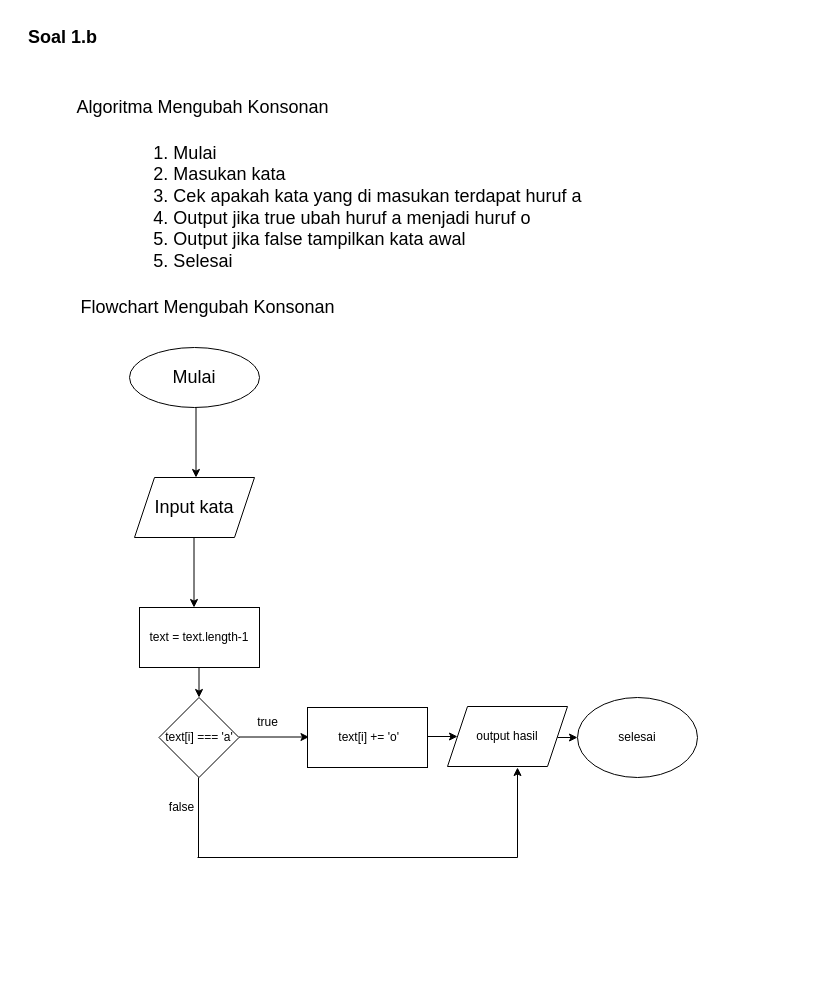
Above: page "Halaman-2" (2 of 2) of Soal 1.drawio in boykebn/fw-12-javascript1 (draw.io), before the change. Source tidied: cells renumbered, new cells numbered last; positions are measured from the earlier drawing's top-left corner, leaving out a move shared by most shapes. Both pictures are drawn from the tidied source at 100%, with x=0, y=0 at pixel (17, 17).
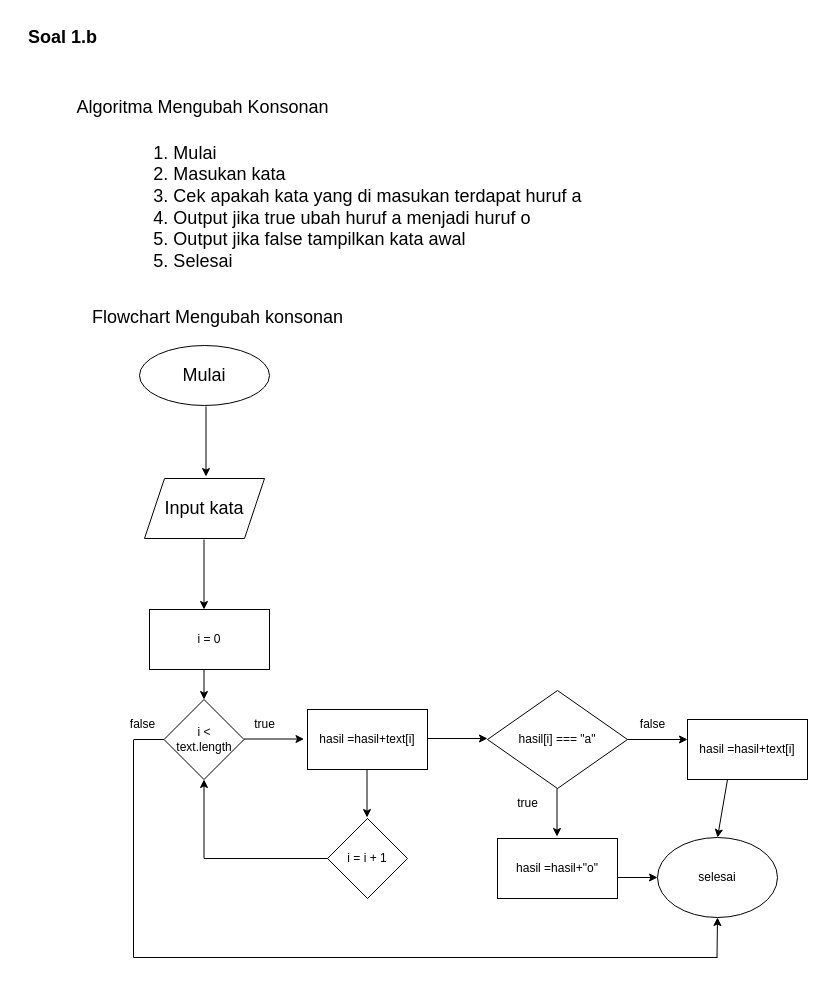
Above is the later version.

Change to the diagram source:
```diff
@@
+    <mxCell id="6" value="&lt;div style=&quot;text-align: left;&quot;&gt;&lt;span style=&quot;background-color: initial;&quot;&gt;1. Mulai&lt;/span&gt;&lt;/div&gt;&lt;div style=&quot;text-align: left;&quot;&gt;&lt;span style=&quot;background-color: initial;&quot;&gt;2. Masukan kata&lt;/span&gt;&lt;/div&gt;&lt;div style=&quot;text-align: left;&quot;&gt;&lt;span style=&quot;background-color: initial;&quot;&gt;3. Cek apakah kata yang di masukan terdapat huruf a&lt;/span&gt;&lt;/div&gt;&lt;div style=&quot;text-align: left;&quot;&gt;&lt;span style=&quot;background-color: initial;&quot;&gt;4. Output jika true ubah huruf a menjadi huruf o&lt;/span&gt;&lt;/div&gt;&lt;div style=&quot;text-align: left;&quot;&gt;&lt;span style=&quot;background-color: initial;&quot;&gt;5. Output jika false tampilkan kata awal&lt;/span&gt;&lt;/div&gt;&lt;div style=&quot;text-align: left;&quot;&gt;&lt;span style=&quot;background-color: initial;&quot;&gt;5. Selesai&lt;/span&gt;&lt;/div&gt;" style="text;html=1;align=center;verticalAlign=middle;strokeColor=none;fillColor=none;fontSize=18;" parent="1" vertex="1">
+      <mxGeometry x="125" y="120" width="450" height="140" as="geometry" />
+    </mxCell>
     <mxCell id="4" value="Mulai" style="ellipse;whiteSpace=wrap;html=1;fontSize=18;" parent="1" vertex="1">
-      <mxGeometry x="112" y="330" width="130" height="60" as="geometry" />
+      <mxGeometry x="122" y="328" width="130" height="60" as="geometry" />
     </mxCell>
-    <mxCell id="5" style="endArrow=classic;html=1;rounded=0;fontSize=18;" parent="1" edge="1">
-      <mxGeometry relative="1" as="geometry">
-        <mxPoint x="178.5" y="390" as="sourcePoint" />
-        <mxPoint x="178.5" y="460" as="targetPoint" />
-      </mxGeometry>
-    </mxCell>
-    <mxCell id="6" value="&lt;div style=&quot;text-align: left;&quot;&gt;&lt;span style=&quot;background-color: initial;&quot;&gt;1. Mulai&lt;/span&gt;&lt;/div&gt;&lt;div style=&quot;text-align: left;&quot;&gt;&lt;span style=&quot;background-color: initial;&quot;&gt;2. Masukan kata&lt;/span&gt;&lt;/div&gt;&lt;div style=&quot;text-align: left;&quot;&gt;&lt;span style=&quot;background-color: initial;&quot;&gt;3. Cek apakah kata yang di masukan terdapat huruf a&lt;/span&gt;&lt;/div&gt;&lt;div style=&quot;text-align: left;&quot;&gt;&lt;span style=&quot;background-color: initial;&quot;&gt;4. Output jika true ubah huruf a menjadi huruf o&lt;/span&gt;&lt;/div&gt;&lt;div style=&quot;text-align: left;&quot;&gt;&lt;span style=&quot;background-color: initial;&quot;&gt;5. Output jika false tampilkan kata awal&lt;/span&gt;&lt;/div&gt;&lt;div style=&quot;text-align: left;&quot;&gt;&lt;span style=&quot;background-color: initial;&quot;&gt;5. Selesai&lt;/span&gt;&lt;/div&gt;" style="text;html=1;align=center;verticalAlign=middle;strokeColor=none;fillColor=none;fontSize=18;" parent="1" vertex="1">
-      <mxGeometry x="125" y="120" width="450" height="140" as="geometry" />
-    </mxCell>
-    <mxCell id="7" value="&lt;font style=&quot;font-size: 18px;&quot;&gt;Flowchart Mengubah Konsonan&lt;/font&gt;" style="text;html=1;align=center;verticalAlign=middle;strokeColor=none;fillColor=none;fontSize=6;" parent="1" vertex="1">
-      <mxGeometry x="50" y="270" width="280" height="40" as="geometry" />
-    </mxCell>
+    <mxCell id="24" style="endArrow=classic;html=1;rounded=0;fontSize=18;" parent="1" edge="1">
+      <mxGeometry relative="1" as="geometry">
+        <mxPoint x="188.5" y="389" as="sourcePoint" />
+        <mxPoint x="188.5" y="459" as="targetPoint" />
+      </mxGeometry>
+    </mxCell>
+    <mxCell id="25" value="&lt;font style=&quot;font-size: 18px;&quot;&gt;Flowchart Mengubah konsonan&lt;/font&gt;" style="text;html=1;align=center;verticalAlign=middle;strokeColor=none;fillColor=none;fontSize=6;" parent="1" vertex="1">
+      <mxGeometry x="65" y="280" width="270" height="40" as="geometry" />
+    </mxCell>
     <mxCell id="8" value="Input kata" style="shape=parallelogram;perimeter=parallelogramPerimeter;whiteSpace=wrap;html=1;fixedSize=1;fontSize=18;" parent="1" vertex="1">
-      <mxGeometry x="117" y="460" width="120" height="60" as="geometry" />
+      <mxGeometry x="127" y="461" width="120" height="60" as="geometry" />
     </mxCell>
-    <mxCell id="9" style="endArrow=classic;html=1;rounded=0;" parent="1" edge="1">
-      <mxGeometry relative="1" as="geometry">
-        <mxPoint x="176.5" y="520" as="sourcePoint" />
-        <mxPoint x="176.5" y="590" as="targetPoint" />
-      </mxGeometry>
-    </mxCell>
-    <mxCell id="10" value="text = text.length-1" style="rounded=0;whiteSpace=wrap;html=1;" parent="1" vertex="1">
-      <mxGeometry x="122" y="590" width="120" height="60" as="geometry" />
-    </mxCell>
-    <mxCell id="11" style="endArrow=classic;html=1;rounded=0;" parent="1" edge="1" target="12">
-      <mxGeometry relative="1" as="geometry">
-        <mxPoint x="181.5" y="650" as="sourcePoint" />
-      </mxGeometry>
-    </mxCell>
-    <mxCell id="12" value="text[i] === 'a'" style="rhombus;whiteSpace=wrap;html=1;" parent="1" vertex="1">
-      <mxGeometry x="141.5" y="680" width="80" height="80" as="geometry" />
-    </mxCell>
-    <mxCell id="13" style="endArrow=classic;html=1;rounded=0;" parent="1" edge="1">
-      <mxGeometry relative="1" as="geometry">
-        <mxPoint x="221.5" y="719.5" as="sourcePoint" />
-        <mxPoint x="291.5" y="719.5" as="targetPoint" />
-      </mxGeometry>
-    </mxCell>
-    <mxCell id="14" value="true" style="text;html=1;align=center;verticalAlign=middle;strokeColor=none;fillColor=none;" parent="1" vertex="1">
-      <mxGeometry x="230" y="690" width="40" height="30" as="geometry" />
-    </mxCell>
-    <mxCell id="15" style="endArrow=classic;html=1;rounded=0;" parent="1" edge="1" target="17">
-      <mxGeometry relative="1" as="geometry">
-        <mxPoint x="410" y="719" as="sourcePoint" />
-      </mxGeometry>
-    </mxCell>
-    <mxCell id="16" value="&amp;nbsp;text[i] += 'o'" style="rounded=0;whiteSpace=wrap;html=1;" parent="1" vertex="1">
-      <mxGeometry x="290" y="690" width="120" height="60" as="geometry" />
-    </mxCell>
-    <mxCell id="17" value="output hasil" style="shape=parallelogram;perimeter=parallelogramPerimeter;whiteSpace=wrap;html=1;fixedSize=1;" parent="1" vertex="1">
-      <mxGeometry x="430" y="689" width="120" height="60" as="geometry" />
-    </mxCell>
-    <mxCell id="18" value="false" style="text;html=1;align=center;verticalAlign=middle;strokeColor=none;fillColor=none;" parent="1" vertex="1">
-      <mxGeometry x="139" y="775" width="50" height="30" as="geometry" />
-    </mxCell>
-    <mxCell id="19" style="endArrow=none;html=1;rounded=0;" parent="1" edge="1">
-      <mxGeometry relative="1" as="geometry">
-        <mxPoint x="181" y="760" as="sourcePoint" />
-        <mxPoint x="181" y="840" as="targetPoint" />
-      </mxGeometry>
-    </mxCell>
-    <mxCell id="20" style="endArrow=none;html=1;rounded=0;" parent="1" edge="1">
-      <mxGeometry relative="1" as="geometry">
-        <mxPoint x="180" y="840" as="sourcePoint" />
-        <mxPoint x="500" y="840" as="targetPoint" />
-      </mxGeometry>
-    </mxCell>
-    <mxCell id="21" style="endArrow=classic;html=1;rounded=0;" parent="1" edge="1">
-      <mxGeometry relative="1" as="geometry">
-        <mxPoint x="500" y="840" as="sourcePoint" />
-        <mxPoint x="500" y="750" as="targetPoint" />
-      </mxGeometry>
-    </mxCell>
-    <mxCell id="22" style="endArrow=classic;html=1;rounded=0;" parent="1" edge="1" target="23">
-      <mxGeometry relative="1" as="geometry">
-        <mxPoint x="540" y="720" as="sourcePoint" />
-      </mxGeometry>
-    </mxCell>
+    <mxCell id="26" style="endArrow=classic;html=1;rounded=0;" parent="1" edge="1">
+      <mxGeometry relative="1" as="geometry">
+        <mxPoint x="186.5" y="522" as="sourcePoint" />
+        <mxPoint x="186.5" y="592" as="targetPoint" />
+      </mxGeometry>
+    </mxCell>
+    <mxCell id="27" value="i = 0" style="rounded=0;whiteSpace=wrap;html=1;" parent="1" vertex="1">
+      <mxGeometry x="132" y="592" width="120" height="60" as="geometry" />
+    </mxCell>
+    <mxCell id="28" style="endArrow=classic;html=1;rounded=0;" parent="1" edge="1" target="29">
+      <mxGeometry relative="1" as="geometry">
+        <mxPoint x="186.5" y="652" as="sourcePoint" />
+      </mxGeometry>
+    </mxCell>
+    <mxCell id="29" value="i &amp;lt; &lt;br&gt;text.length" style="rhombus;whiteSpace=wrap;html=1;" parent="1" vertex="1">
+      <mxGeometry x="146.5" y="682" width="80" height="80" as="geometry" />
+    </mxCell>
+    <mxCell id="30" value="true" style="text;html=1;align=center;verticalAlign=middle;strokeColor=none;fillColor=none;" parent="1" vertex="1">
+      <mxGeometry x="226.5" y="692" width="40" height="30" as="geometry" />
+    </mxCell>
+    <mxCell id="31" value="false" style="text;html=1;align=center;verticalAlign=middle;strokeColor=none;fillColor=none;" parent="1" vertex="1">
+      <mxGeometry x="100" y="692" width="50" height="30" as="geometry" />
+    </mxCell>
+    <mxCell id="32" value="hasil =hasil+text[i]" style="rounded=0;whiteSpace=wrap;html=1;" parent="1" vertex="1">
+      <mxGeometry x="290" y="692" width="120" height="60" as="geometry" />
+    </mxCell>
+    <mxCell id="33" style="endArrow=classic;html=1;rounded=0;" parent="1" edge="1">
+      <mxGeometry relative="1" as="geometry">
+        <mxPoint x="349.5" y="752" as="sourcePoint" />
+        <mxPoint x="349.5" y="800" as="targetPoint" />
+      </mxGeometry>
+    </mxCell>
+    <mxCell id="34" style="edgeStyle=orthogonalEdgeStyle;rounded=0;jettySize=auto;html=1;exitX=0;exitY=0.5;exitDx=0;exitDy=0;entryX=0.5;entryY=1;entryDx=0;entryDy=0;" parent="1" edge="1" source="35" target="29">
+      <mxGeometry relative="1" as="geometry" />
+    </mxCell>
+    <mxCell id="35" value="i = i + 1" style="rhombus;whiteSpace=wrap;html=1;" parent="1" vertex="1">
+      <mxGeometry x="310" y="801" width="80" height="80" as="geometry" />
+    </mxCell>
+    <mxCell id="36" style="endArrow=classic;html=1;rounded=0;" parent="1" edge="1">
+      <mxGeometry relative="1" as="geometry">
+        <mxPoint x="226.5" y="721.5" as="sourcePoint" />
+        <mxPoint x="286.5" y="721.5" as="targetPoint" />
+      </mxGeometry>
+    </mxCell>
+    <mxCell id="37" style="endArrow=classic;html=1;rounded=0;" parent="1" edge="1">
+      <mxGeometry relative="1" as="geometry">
+        <mxPoint x="410" y="721" as="sourcePoint" />
+        <mxPoint x="470" y="721" as="targetPoint" />
+      </mxGeometry>
+    </mxCell>
+    <mxCell id="38" value="hasil[i] === &quot;a&quot;" style="rhombus;whiteSpace=wrap;html=1;" parent="1" vertex="1">
+      <mxGeometry x="470" y="673" width="140" height="98" as="geometry" />
+    </mxCell>
+    <mxCell id="39" style="endArrow=classic;html=1;rounded=0;" parent="1" edge="1">
+      <mxGeometry relative="1" as="geometry">
+        <mxPoint x="539.5" y="771" as="sourcePoint" />
+        <mxPoint x="539.5" y="819" as="targetPoint" />
+      </mxGeometry>
+    </mxCell>
+    <mxCell id="40" value="true" style="text;html=1;align=center;verticalAlign=middle;strokeColor=none;fillColor=none;" parent="1" vertex="1">
+      <mxGeometry x="490" y="771" width="40" height="30" as="geometry" />
+    </mxCell>
+    <mxCell id="41" value="false" style="text;html=1;align=center;verticalAlign=middle;strokeColor=none;fillColor=none;" parent="1" vertex="1">
+      <mxGeometry x="610" y="692" width="50" height="30" as="geometry" />
+    </mxCell>
+    <mxCell id="42" style="endArrow=classic;html=1;rounded=0;" parent="1" edge="1">
+      <mxGeometry relative="1" as="geometry">
+        <mxPoint x="610" y="722" as="sourcePoint" />
+        <mxPoint x="670" y="722" as="targetPoint" />
+      </mxGeometry>
+    </mxCell>
+    <mxCell id="43" style="endArrow=classic;html=1;rounded=0;entryX=0;entryY=0.5;entryDx=0;entryDy=0;exitX=0.885;exitY=0.58;exitDx=0;exitDy=0;exitPerimeter=0;" parent="1" edge="1" target="23">
+      <mxGeometry relative="1" as="geometry">
+        <mxPoint x="590" y="860" as="sourcePoint" />
+      </mxGeometry>
+    </mxCell>
     <mxCell id="23" value="selesai" style="ellipse;whiteSpace=wrap;html=1;" parent="1" vertex="1">
-      <mxGeometry x="560" y="680" width="120" height="80" as="geometry" />
+      <mxGeometry x="640" y="820" width="120" height="80" as="geometry" />
     </mxCell>
+    <mxCell id="44" style="endArrow=classic;html=1;rounded=0;entryX=0.5;entryY=0;entryDx=0;entryDy=0;" parent="1" edge="1" target="23">
+      <mxGeometry relative="1" as="geometry">
+        <mxPoint x="710" y="762" as="sourcePoint" />
+      </mxGeometry>
+    </mxCell>
+    <mxCell id="45" style="endArrow=none;html=1;rounded=0;" parent="1" edge="1">
+      <mxGeometry relative="1" as="geometry">
+        <mxPoint x="116" y="940" as="sourcePoint" />
+        <mxPoint x="116" y="722" as="targetPoint" />
+      </mxGeometry>
+    </mxCell>
+    <mxCell id="46" style="endArrow=none;html=1;rounded=0;" parent="1" edge="1">
+      <mxGeometry relative="1" as="geometry">
+        <mxPoint x="116.5" y="722" as="sourcePoint" />
+        <mxPoint x="146.5" y="722" as="targetPoint" />
+      </mxGeometry>
+    </mxCell>
+    <mxCell id="47" style="endArrow=none;html=1;rounded=0;" parent="1" edge="1">
+      <mxGeometry relative="1" as="geometry">
+        <mxPoint x="116" y="940" as="sourcePoint" />
+        <mxPoint x="700" y="940" as="targetPoint" />
+      </mxGeometry>
+    </mxCell>
+    <mxCell id="48" style="endArrow=classic;html=1;rounded=0;entryX=0.5;entryY=1;entryDx=0;entryDy=0;" parent="1" edge="1" target="23">
+      <mxGeometry relative="1" as="geometry">
+        <mxPoint x="699.5" y="940" as="sourcePoint" />
+      </mxGeometry>
+    </mxCell>
+    <mxCell id="49" value="hasil =hasil+&quot;o&quot;" style="rounded=0;whiteSpace=wrap;html=1;" parent="1" vertex="1">
+      <mxGeometry x="480" y="821" width="120" height="60" as="geometry" />
+    </mxCell>
+    <mxCell id="50" value="hasil =hasil+text[i]" style="rounded=0;whiteSpace=wrap;html=1;" parent="1" vertex="1">
+      <mxGeometry x="670" y="702" width="120" height="60" as="geometry" />
+    </mxCell>
```
